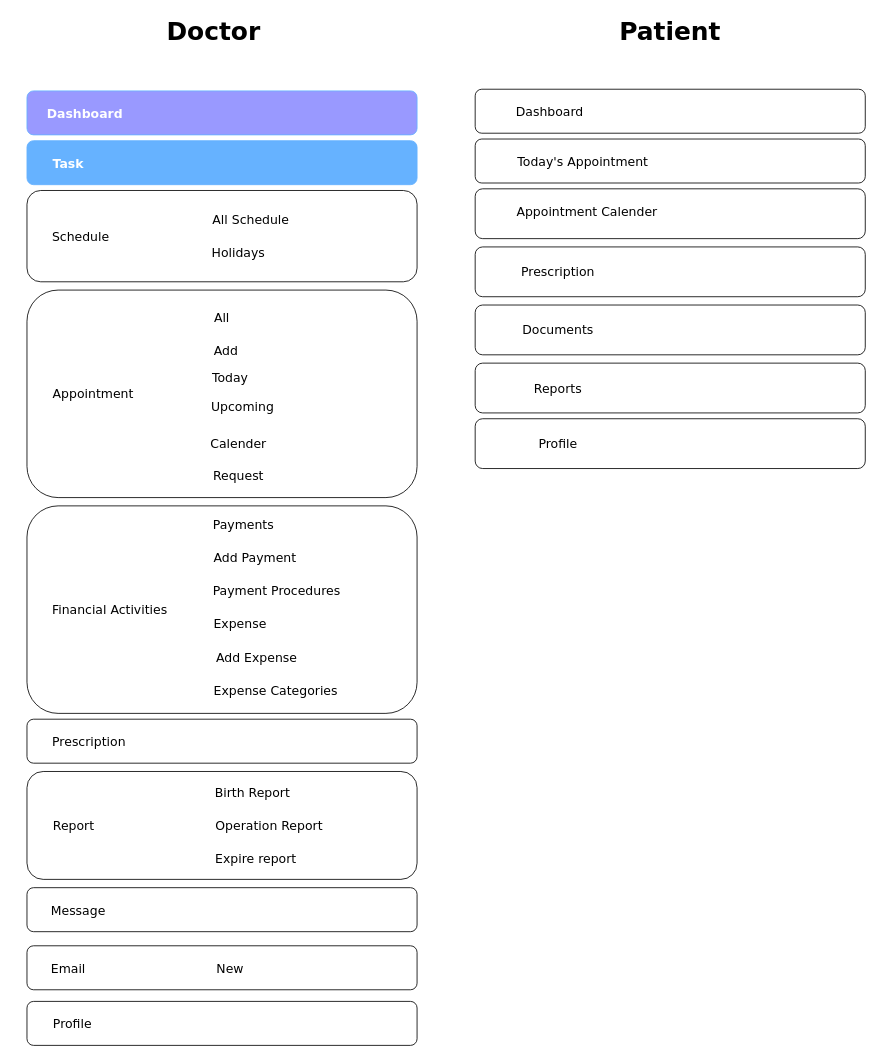
SeniorDev009/capture-video-streamming keeps this draw.io diagram as Untitled Diagram.drawio. Above is the earlier version. Source tidied: cells renumbered, new cells numbered last; positions are measured from the earlier drawing's top-left corner, leaving out a move shared by most shapes. Both pictures are drawn from the tidied source at 83%, with x=0, y=0 at pixel (14, 14).
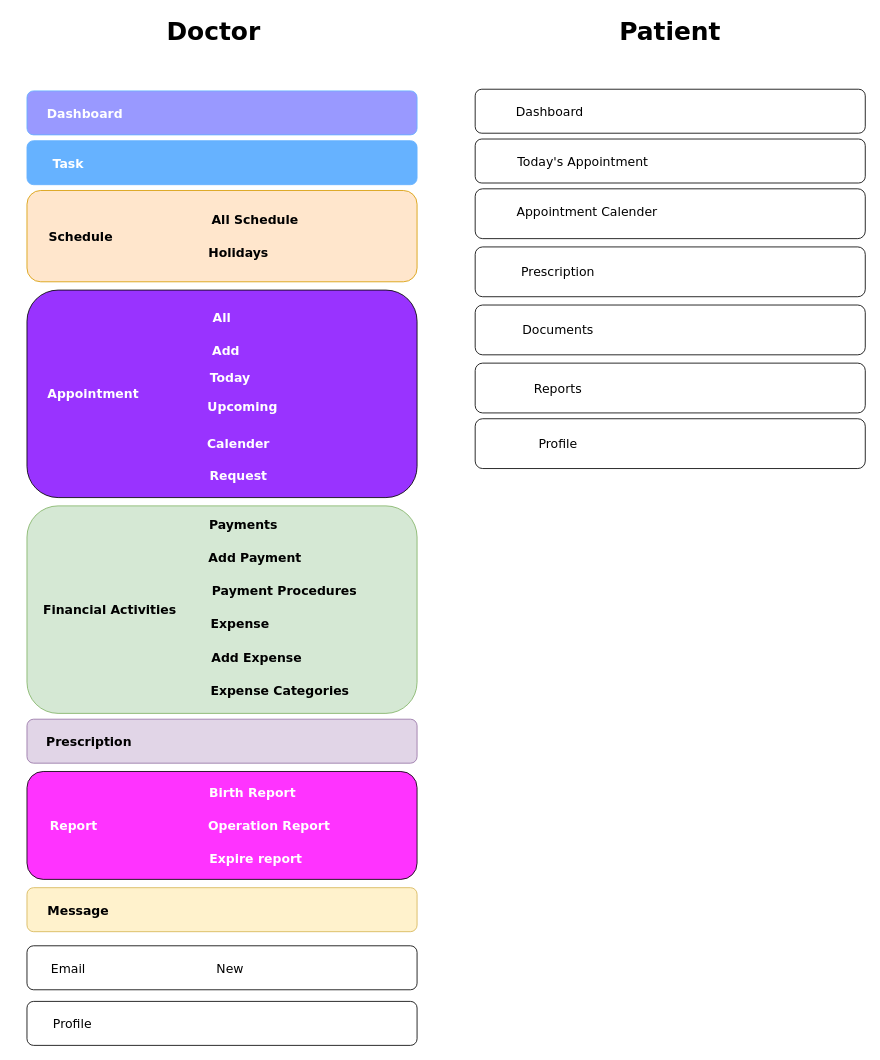
The same diagram, later.

What changed in the source:
```diff
@@
-    <mxCell id="6" style="rounded=1;whiteSpace=wrap;html=1;fontFamily=Verdana;fontSize=15;" parent="1" vertex="1">
+    <mxCell id="6" style="rounded=1;whiteSpace=wrap;html=1;fontFamily=Verdana;fontSize=15;fillColor=#fff2cc;strokeColor=#d6b656;" parent="1" vertex="1">
       <mxGeometry x="15" y="1052" width="470" height="53" as="geometry" />
     </mxCell>
-    <mxCell id="7" style="rounded=1;whiteSpace=wrap;html=1;fontFamily=Verdana;fontSize=15;" parent="1" vertex="1">
+    <mxCell id="7" style="rounded=1;whiteSpace=wrap;html=1;fontFamily=Verdana;fontSize=15;fillColor=#FF33FF;" parent="1" vertex="1">
       <mxGeometry x="15" y="912" width="470" height="130" as="geometry" />
     </mxCell>
-    <mxCell id="8" style="rounded=1;whiteSpace=wrap;html=1;fontFamily=Verdana;fontSize=15;" parent="1" vertex="1">
+    <mxCell id="8" style="rounded=1;whiteSpace=wrap;html=1;fontFamily=Verdana;fontSize=15;fillColor=#e1d5e7;strokeColor=#9673a6;" parent="1" vertex="1">
       <mxGeometry x="15" y="849" width="470" height="53" as="geometry" />
     </mxCell>
-    <mxCell id="9" style="rounded=1;whiteSpace=wrap;html=1;fontFamily=Verdana;fontSize=15;" parent="1" vertex="1">
+    <mxCell id="9" style="rounded=1;whiteSpace=wrap;html=1;fontFamily=Verdana;fontSize=15;fillColor=#d5e8d4;strokeColor=#82b366;" parent="1" vertex="1">
       <mxGeometry x="15" y="592" width="470" height="250" as="geometry" />
     </mxCell>
-    <mxCell id="10" style="rounded=1;whiteSpace=wrap;html=1;fontFamily=Verdana;fontSize=15;" parent="1" vertex="1">
+    <mxCell id="10" style="rounded=1;whiteSpace=wrap;html=1;fontFamily=Verdana;fontSize=15;fillColor=#ffe6cc;strokeColor=#d79b00;" parent="1" vertex="1">
       <mxGeometry x="15" y="212" width="470" height="110" as="geometry" />
     </mxCell>
-    <mxCell id="11" style="rounded=1;whiteSpace=wrap;html=1;fontFamily=Verdana;fontSize=15;" parent="1" vertex="1">
+    <mxCell id="11" style="rounded=1;whiteSpace=wrap;html=1;fontFamily=Verdana;fontSize=15;fillColor=#9933FF;" parent="1" vertex="1">
       <mxGeometry x="15" y="332" width="470" height="250" as="geometry" />
     </mxCell>
@@
-    <mxCell id="14" value="Schedule" style="text;html=1;strokeColor=none;fillColor=none;align=center;verticalAlign=middle;whiteSpace=wrap;rounded=0;fontSize=15;fontFamily=Verdana;" parent="1" vertex="1">
+    <mxCell id="14" value="Schedule" style="text;html=1;strokeColor=none;fillColor=none;align=center;verticalAlign=middle;whiteSpace=wrap;rounded=0;fontSize=15;fontFamily=Verdana;fontStyle=1;" parent="1" vertex="1">
       <mxGeometry x="45" y="252" width="70" height="30" as="geometry" />
     </mxCell>
-    <mxCell id="15" value="All Schedule" style="text;html=1;strokeColor=none;fillColor=none;align=center;verticalAlign=middle;whiteSpace=wrap;rounded=0;fontSize=15;fontFamily=Verdana;" parent="1" vertex="1">
-      <mxGeometry x="235" y="232" width="100" height="30" as="geometry" />
+    <mxCell id="15" value="All Schedule" style="text;html=1;strokeColor=none;fillColor=none;align=center;verticalAlign=middle;whiteSpace=wrap;rounded=0;fontSize=15;fontFamily=Verdana;fontStyle=1;" parent="1" vertex="1">
+      <mxGeometry x="235" y="232" width="110" height="30" as="geometry" />
     </mxCell>
-    <mxCell id="16" value="Holidays" style="text;html=1;strokeColor=none;fillColor=none;align=center;verticalAlign=middle;whiteSpace=wrap;rounded=0;fontSize=15;fontFamily=Verdana;" parent="1" vertex="1">
+    <mxCell id="16" value="Holidays" style="text;html=1;strokeColor=none;fillColor=none;align=center;verticalAlign=middle;whiteSpace=wrap;rounded=0;fontSize=15;fontFamily=Verdana;fontStyle=1;" parent="1" vertex="1">
       <mxGeometry x="220" y="272" width="100" height="30" as="geometry" />
     </mxCell>
-    <mxCell id="17" value="Appointment" style="text;html=1;strokeColor=none;fillColor=none;align=center;verticalAlign=middle;whiteSpace=wrap;rounded=0;fontSize=15;fontFamily=Verdana;" parent="1" vertex="1">
+    <mxCell id="17" value="Appointment" style="text;html=1;strokeColor=none;fillColor=none;align=center;verticalAlign=middle;whiteSpace=wrap;rounded=0;fontSize=15;fontFamily=Verdana;fontColor=#FFFFFF;fontStyle=1;" parent="1" vertex="1">
       <mxGeometry x="45" y="442" width="100" height="30" as="geometry" />
     </mxCell>
-    <mxCell id="18" value="All" style="text;html=1;strokeColor=none;fillColor=none;align=center;verticalAlign=middle;whiteSpace=wrap;rounded=0;fontSize=15;fontFamily=Verdana;" parent="1" vertex="1">
+    <mxCell id="18" value="All" style="text;html=1;strokeColor=none;fillColor=none;align=center;verticalAlign=middle;whiteSpace=wrap;rounded=0;fontSize=15;fontFamily=Verdana;fontStyle=1;fontColor=#FFFFFF;" parent="1" vertex="1">
       <mxGeometry x="200" y="350" width="100" height="30" as="geometry" />
     </mxCell>
-    <mxCell id="19" value="Add" style="text;html=1;strokeColor=none;fillColor=none;align=center;verticalAlign=middle;whiteSpace=wrap;rounded=0;fontSize=15;fontFamily=Verdana;" parent="1" vertex="1">
+    <mxCell id="19" value="Add" style="text;html=1;strokeColor=none;fillColor=none;align=center;verticalAlign=middle;whiteSpace=wrap;rounded=0;fontSize=15;fontFamily=Verdana;fontColor=#FFFFFF;fontStyle=1;" parent="1" vertex="1">
       <mxGeometry x="205" y="390" width="100" height="30" as="geometry" />
     </mxCell>
-    <mxCell id="20" value="Today" style="text;html=1;strokeColor=none;fillColor=none;align=center;verticalAlign=middle;whiteSpace=wrap;rounded=0;fontSize=15;fontFamily=Verdana;" parent="1" vertex="1">
+    <mxCell id="20" value="Today" style="text;html=1;strokeColor=none;fillColor=none;align=center;verticalAlign=middle;whiteSpace=wrap;rounded=0;fontSize=15;fontFamily=Verdana;fontStyle=1;fontColor=#FFFFFF;" parent="1" vertex="1">
       <mxGeometry x="225" y="422" width="70" height="30" as="geometry" />
     </mxCell>
-    <mxCell id="21" value="Upcoming" style="text;html=1;strokeColor=none;fillColor=none;align=center;verticalAlign=middle;whiteSpace=wrap;rounded=0;fontSize=15;fontFamily=Verdana;" parent="1" vertex="1">
+    <mxCell id="21" value="Upcoming" style="text;html=1;strokeColor=none;fillColor=none;align=center;verticalAlign=middle;whiteSpace=wrap;rounded=0;fontSize=15;fontFamily=Verdana;fontStyle=1;fontColor=#FFFFFF;" parent="1" vertex="1">
       <mxGeometry x="225" y="457" width="100" height="30" as="geometry" />
     </mxCell>
-    <mxCell id="22" value="Calender" style="text;html=1;strokeColor=none;fillColor=none;align=center;verticalAlign=middle;whiteSpace=wrap;rounded=0;fontSize=15;fontFamily=Verdana;" parent="1" vertex="1">
+    <mxCell id="22" value="Calender" style="text;html=1;strokeColor=none;fillColor=none;align=center;verticalAlign=middle;whiteSpace=wrap;rounded=0;fontSize=15;fontFamily=Verdana;fontStyle=1;fontColor=#FFFFFF;" parent="1" vertex="1">
       <mxGeometry x="220" y="502" width="100" height="30" as="geometry" />
     </mxCell>
-    <mxCell id="23" value="Request" style="text;html=1;strokeColor=none;fillColor=none;align=center;verticalAlign=middle;whiteSpace=wrap;rounded=0;fontSize=15;fontFamily=Verdana;" parent="1" vertex="1">
+    <mxCell id="23" value="Request" style="text;html=1;strokeColor=none;fillColor=none;align=center;verticalAlign=middle;whiteSpace=wrap;rounded=0;fontSize=15;fontFamily=Verdana;fontStyle=1;fontColor=#FFFFFF;" parent="1" vertex="1">
       <mxGeometry x="220" y="540" width="100" height="30" as="geometry" />
     </mxCell>
-    <mxCell id="24" value="Financial Activities" style="text;html=1;strokeColor=none;fillColor=none;align=center;verticalAlign=middle;whiteSpace=wrap;rounded=0;fontSize=15;fontFamily=Verdana;" parent="1" vertex="1">
+    <mxCell id="24" value="Financial Activities" style="text;html=1;strokeColor=none;fillColor=none;align=center;verticalAlign=middle;whiteSpace=wrap;rounded=0;fontSize=15;fontFamily=Verdana;fontStyle=1;" parent="1" vertex="1">
       <mxGeometry x="5" y="702" width="220" height="30" as="geometry" />
     </mxCell>
-    <mxCell id="25" value="Payments" style="text;html=1;strokeColor=none;fillColor=none;align=center;verticalAlign=middle;whiteSpace=wrap;rounded=0;fontSize=15;fontFamily=Verdana;" parent="1" vertex="1">
+    <mxCell id="25" value="Payments" style="text;html=1;strokeColor=none;fillColor=none;align=center;verticalAlign=middle;whiteSpace=wrap;rounded=0;fontSize=15;fontFamily=Verdana;fontStyle=1;" parent="1" vertex="1">
       <mxGeometry x="226" y="599" width="100" height="30" as="geometry" />
     </mxCell>
-    <mxCell id="26" value="Add Payment" style="text;html=1;strokeColor=none;fillColor=none;align=center;verticalAlign=middle;whiteSpace=wrap;rounded=0;fontSize=15;fontFamily=Verdana;" parent="1" vertex="1">
+    <mxCell id="26" value="Add Payment" style="text;html=1;strokeColor=none;fillColor=none;align=center;verticalAlign=middle;whiteSpace=wrap;rounded=0;fontSize=15;fontFamily=Verdana;fontStyle=1;" parent="1" vertex="1">
       <mxGeometry x="230" y="639" width="120" height="30" as="geometry" />
     </mxCell>
-    <mxCell id="27" value="Payment Procedures" style="text;html=1;strokeColor=none;fillColor=none;align=center;verticalAlign=middle;whiteSpace=wrap;rounded=0;fontSize=15;fontFamily=Verdana;" parent="1" vertex="1">
-      <mxGeometry x="236" y="679" width="160" height="30" as="geometry" />
+    <mxCell id="27" value="Payment Procedures" style="text;html=1;strokeColor=none;fillColor=none;align=center;verticalAlign=middle;whiteSpace=wrap;rounded=0;fontSize=15;fontFamily=Verdana;fontStyle=1;" parent="1" vertex="1">
+      <mxGeometry x="236" y="679" width="179" height="30" as="geometry" />
     </mxCell>
-    <mxCell id="28" value="Expense" style="text;html=1;strokeColor=none;fillColor=none;align=center;verticalAlign=middle;whiteSpace=wrap;rounded=0;fontSize=15;fontFamily=Verdana;" parent="1" vertex="1">
+    <mxCell id="28" value="Expense" style="text;html=1;strokeColor=none;fillColor=none;align=center;verticalAlign=middle;whiteSpace=wrap;rounded=0;fontSize=15;fontFamily=Verdana;fontStyle=1;" parent="1" vertex="1">
       <mxGeometry x="192" y="719" width="160" height="30" as="geometry" />
     </mxCell>
-    <mxCell id="29" value="Add Expense" style="text;html=1;strokeColor=none;fillColor=none;align=center;verticalAlign=middle;whiteSpace=wrap;rounded=0;fontSize=15;fontFamily=Verdana;" parent="1" vertex="1">
+    <mxCell id="29" value="Add Expense" style="text;html=1;strokeColor=none;fillColor=none;align=center;verticalAlign=middle;whiteSpace=wrap;rounded=0;fontSize=15;fontFamily=Verdana;fontStyle=1;" parent="1" vertex="1">
       <mxGeometry x="212" y="759" width="160" height="30" as="geometry" />
     </mxCell>
-    <mxCell id="30" value="Expense Categories" style="text;html=1;strokeColor=none;fillColor=none;align=center;verticalAlign=middle;whiteSpace=wrap;rounded=0;fontSize=15;fontFamily=Verdana;" parent="1" vertex="1">
-      <mxGeometry x="235" y="799" width="160" height="30" as="geometry" />
+    <mxCell id="30" value="Expense Categories" style="text;html=1;strokeColor=none;fillColor=none;align=center;verticalAlign=middle;whiteSpace=wrap;rounded=0;fontSize=15;fontFamily=Verdana;fontStyle=1;" parent="1" vertex="1">
+      <mxGeometry x="235" y="799" width="170" height="30" as="geometry" />
     </mxCell>
-    <mxCell id="31" value="Prescription" style="text;html=1;strokeColor=none;fillColor=none;align=center;verticalAlign=middle;whiteSpace=wrap;rounded=0;fontFamily=Verdana;fontSize=15;" parent="1" vertex="1">
+    <mxCell id="31" value="Prescription" style="text;html=1;strokeColor=none;fillColor=none;align=center;verticalAlign=middle;whiteSpace=wrap;rounded=0;fontFamily=Verdana;fontSize=15;fontStyle=1;" parent="1" vertex="1">
       <mxGeometry x="45" y="860.5" width="90" height="30" as="geometry" />
     </mxCell>
-    <mxCell id="32" value="Report" style="text;html=1;strokeColor=none;fillColor=none;align=center;verticalAlign=middle;whiteSpace=wrap;rounded=0;fontSize=15;fontFamily=Verdana;" parent="1" vertex="1">
+    <mxCell id="32" value="Report" style="text;html=1;strokeColor=none;fillColor=none;align=center;verticalAlign=middle;whiteSpace=wrap;rounded=0;fontSize=15;fontFamily=Verdana;fontStyle=1;fontColor=#FFFFFF;" parent="1" vertex="1">
       <mxGeometry y="962" width="142.5" height="30" as="geometry" />
     </mxCell>
-    <mxCell id="33" value="Birth Report" style="text;html=1;strokeColor=none;fillColor=none;align=center;verticalAlign=middle;whiteSpace=wrap;rounded=0;fontSize=15;fontFamily=Verdana;" parent="1" vertex="1">
+    <mxCell id="33" value="Birth Report" style="text;html=1;strokeColor=none;fillColor=none;align=center;verticalAlign=middle;whiteSpace=wrap;rounded=0;fontSize=15;fontFamily=Verdana;fontStyle=1;fontColor=#FFFFFF;" parent="1" vertex="1">
       <mxGeometry x="227" y="922" width="120" height="30" as="geometry" />
     </mxCell>
-    <mxCell id="34" value="Operation Report" style="text;html=1;strokeColor=none;fillColor=none;align=center;verticalAlign=middle;whiteSpace=wrap;rounded=0;fontSize=15;fontFamily=Verdana;" parent="1" vertex="1">
+    <mxCell id="34" value="Operation Report" style="text;html=1;strokeColor=none;fillColor=none;align=center;verticalAlign=middle;whiteSpace=wrap;rounded=0;fontSize=15;fontFamily=Verdana;fontColor=#FFFFFF;fontStyle=1;" parent="1" vertex="1">
       <mxGeometry x="227" y="962" width="160" height="30" as="geometry" />
     </mxCell>
-    <mxCell id="35" value="Expire report" style="text;html=1;strokeColor=none;fillColor=none;align=center;verticalAlign=middle;whiteSpace=wrap;rounded=0;fontSize=15;fontFamily=Verdana;" parent="1" vertex="1">
+    <mxCell id="35" value="Expire report" style="text;html=1;strokeColor=none;fillColor=none;align=center;verticalAlign=middle;whiteSpace=wrap;rounded=0;fontSize=15;fontFamily=Verdana;fontStyle=1;fontColor=#FFFFFF;" parent="1" vertex="1">
       <mxGeometry x="211" y="1002" width="160" height="30" as="geometry" />
     </mxCell>
-    <mxCell id="36" value="Message" style="text;html=1;strokeColor=none;fillColor=none;align=center;verticalAlign=middle;whiteSpace=wrap;rounded=0;fontSize=15;fontFamily=Verdana;" parent="1" vertex="1">
+    <mxCell id="36" value="Message" style="text;html=1;strokeColor=none;fillColor=none;align=center;verticalAlign=middle;whiteSpace=wrap;rounded=0;fontSize=15;fontFamily=Verdana;fontStyle=1;" parent="1" vertex="1">
       <mxGeometry x="37.5" y="1063.5" width="77.5" height="30" as="geometry" />
     </mxCell>
```
